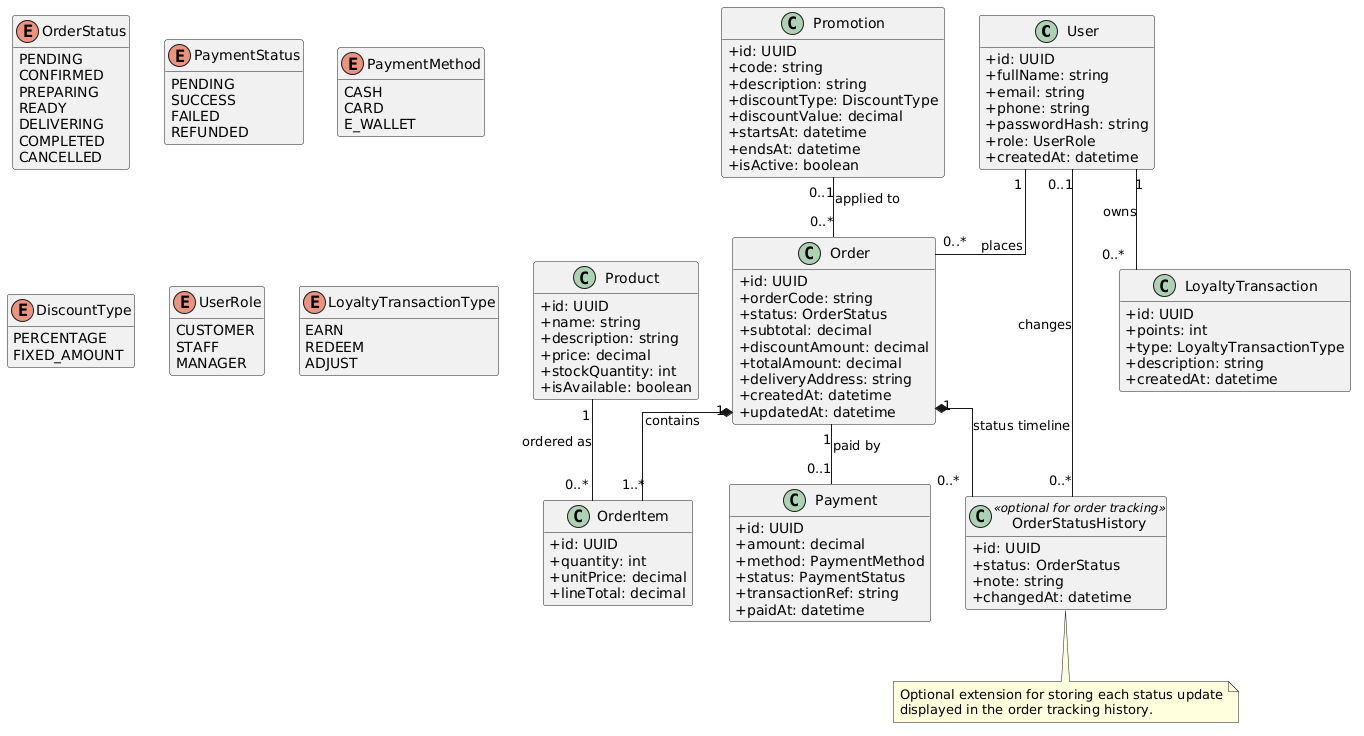
The PlantUML diagram docs/diagrams/class-domain.png in Myngoc09/assignment2_brewlite, before a commit.
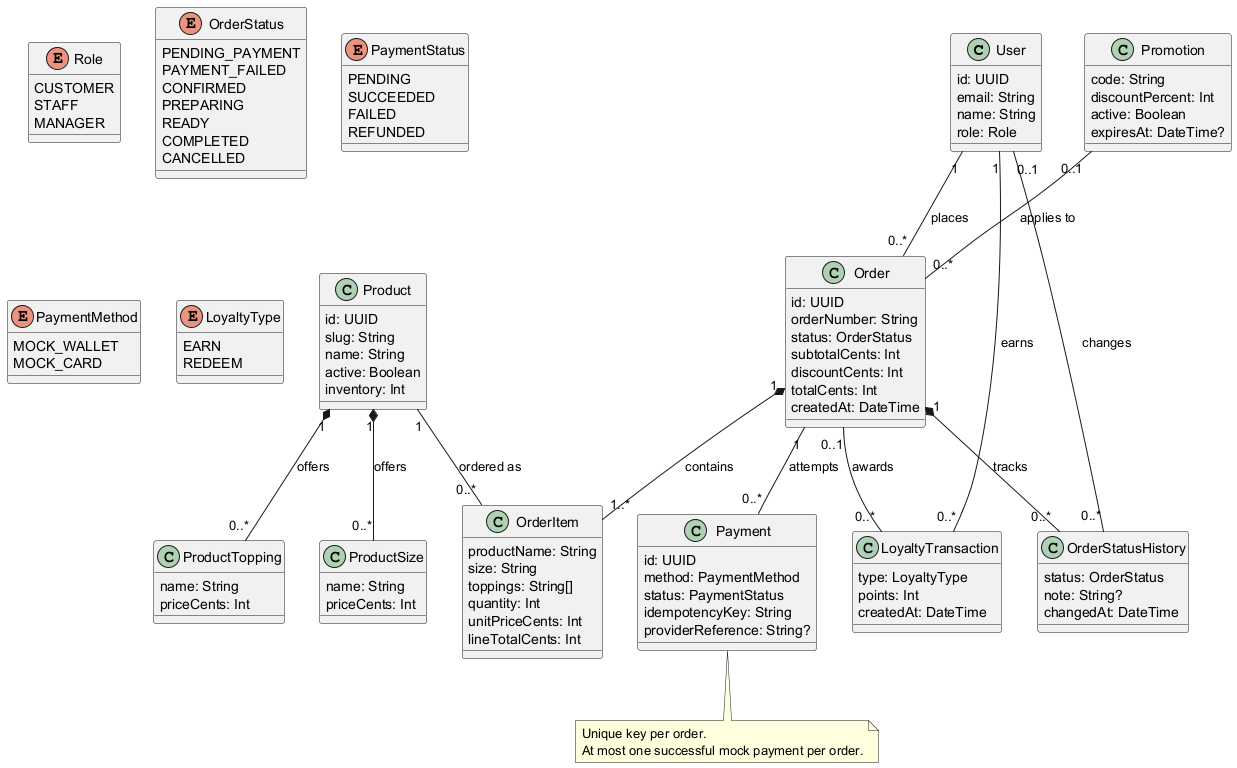
After the change.

Diff of the diagram source:
```diff
@@ -1,120 +1,111 @@
 @startuml
 skinparam classAttributeIconSize 0
-skinparam linetype ortho
-hide empty methods
 
 class User {
-  +id: UUID
-  +fullName: string
-  +email: string
-  +phone: string
-  +passwordHash: string
-  +role: UserRole
-  +createdAt: datetime
+  id: UUID
+  email: String
+  name: String
+  role: Role
 }
 class Product {
-  +id: UUID
-  +name: string
-  +description: string
-  +price: decimal
-  +stockQuantity: int
-  +isAvailable: boolean
+  id: UUID
+  slug: String
+  name: String
+  active: Boolean
+  inventory: Int
+}
+class ProductSize {
+  name: String
+  priceCents: Int
+}
+class ProductTopping {
+  name: String
+  priceCents: Int
 }
 class Order {
-  +id: UUID
-  +orderCode: string
-  +status: OrderStatus
-  +subtotal: decimal
-  +discountAmount: decimal
-  +totalAmount: decimal
-  +deliveryAddress: string
-  +createdAt: datetime
-  +updatedAt: datetime
+  id: UUID
+  orderNumber: String
+  status: OrderStatus
+  subtotalCents: Int
+  discountCents: Int
+  totalCents: Int
+  createdAt: DateTime
 }
 class OrderItem {
-  +id: UUID
-  +quantity: int
-  +unitPrice: decimal
-  +lineTotal: decimal
+  productName: String
+  size: String
+  toppings: String[]
+  quantity: Int
+  unitPriceCents: Int
+  lineTotalCents: Int
 }
 class Payment {
-  +id: UUID
-  +amount: decimal
-  +method: PaymentMethod
-  +status: PaymentStatus
-  +transactionRef: string
-  +paidAt: datetime
+  id: UUID
+  method: PaymentMethod
+  status: PaymentStatus
+  idempotencyKey: String
+  providerReference: String?
 }
 class Promotion {
-  +id: UUID
-  +code: string
-  +description: string
-  +discountType: DiscountType
-  +discountValue: decimal
-  +startsAt: datetime
-  +endsAt: datetime
-  +isActive: boolean
+  code: String
+  discountPercent: Int
+  active: Boolean
+  expiresAt: DateTime?
 }
 class LoyaltyTransaction {
-  +id: UUID
-  +points: int
-  +type: LoyaltyTransactionType
-  +description: string
-  +createdAt: datetime
+  type: LoyaltyType
+  points: Int
+  createdAt: DateTime
 }
-class OrderStatusHistory <<optional for order tracking>> {
-  +id: UUID
-  +status: OrderStatus
-  +note: string
-  +changedAt: datetime
+class OrderStatusHistory {
+  status: OrderStatus
+  note: String?
+  changedAt: DateTime
 }
 
+enum Role {
+  CUSTOMER
+  STAFF
+  MANAGER
+}
 enum OrderStatus {
-  PENDING
+  PENDING_PAYMENT
+  PAYMENT_FAILED
   CONFIRMED
   PREPARING
   READY
-  DELIVERING
   COMPLETED
   CANCELLED
 }
 enum PaymentStatus {
   PENDING
-  SUCCESS
+  SUCCEEDED
   FAILED
   REFUNDED
 }
 enum PaymentMethod {
-  CASH
-  CARD
-  E_WALLET
+  MOCK_WALLET
+  MOCK_CARD
 }
-enum DiscountType {
-  PERCENTAGE
-  FIXED_AMOUNT
-}
-enum UserRole {
-  CUSTOMER
-  STAFF
-  MANAGER
-}
-enum LoyaltyTransactionType {
+enum LoyaltyType {
   EARN
   REDEEM
-  ADJUST
 }
 
 User "1" -- "0..*" Order : places
+User "1" -- "0..*" LoyaltyTransaction : earns
+User "0..1" -- "0..*" OrderStatusHistory : changes
+Product "1" *-- "0..*" ProductSize : offers
+Product "1" *-- "0..*" ProductTopping : offers
+Product "1" -- "0..*" OrderItem : ordered as
 Order "1" *-- "1..*" OrderItem : contains
-Product "1" -- "0..*" OrderItem : ordered as
-Order "1" -- "0..1" Payment : paid by
-Promotion "0..1" -- "0..*" Order : applied to
-User "1" -- "0..*" LoyaltyTransaction : owns
-Order "1" *-- "0..*" OrderStatusHistory : status timeline
-User "0..1" -- "0..*" OrderStatusHistory : changes
+Order "1" -- "0..*" Payment : attempts
+Order "1" *-- "0..*" OrderStatusHistory : tracks
+Order "0..1" -- "0..*" LoyaltyTransaction : awards
+Promotion "0..1" -- "0..*" Order : applies to
 
-note bottom of OrderStatusHistory
-  Optional extension for storing each status update
-  displayed in the order tracking history.
+note bottom of Payment
+  Unique key per order.
+  At most one successful mock payment per order.
 end note
 @enduml
```
